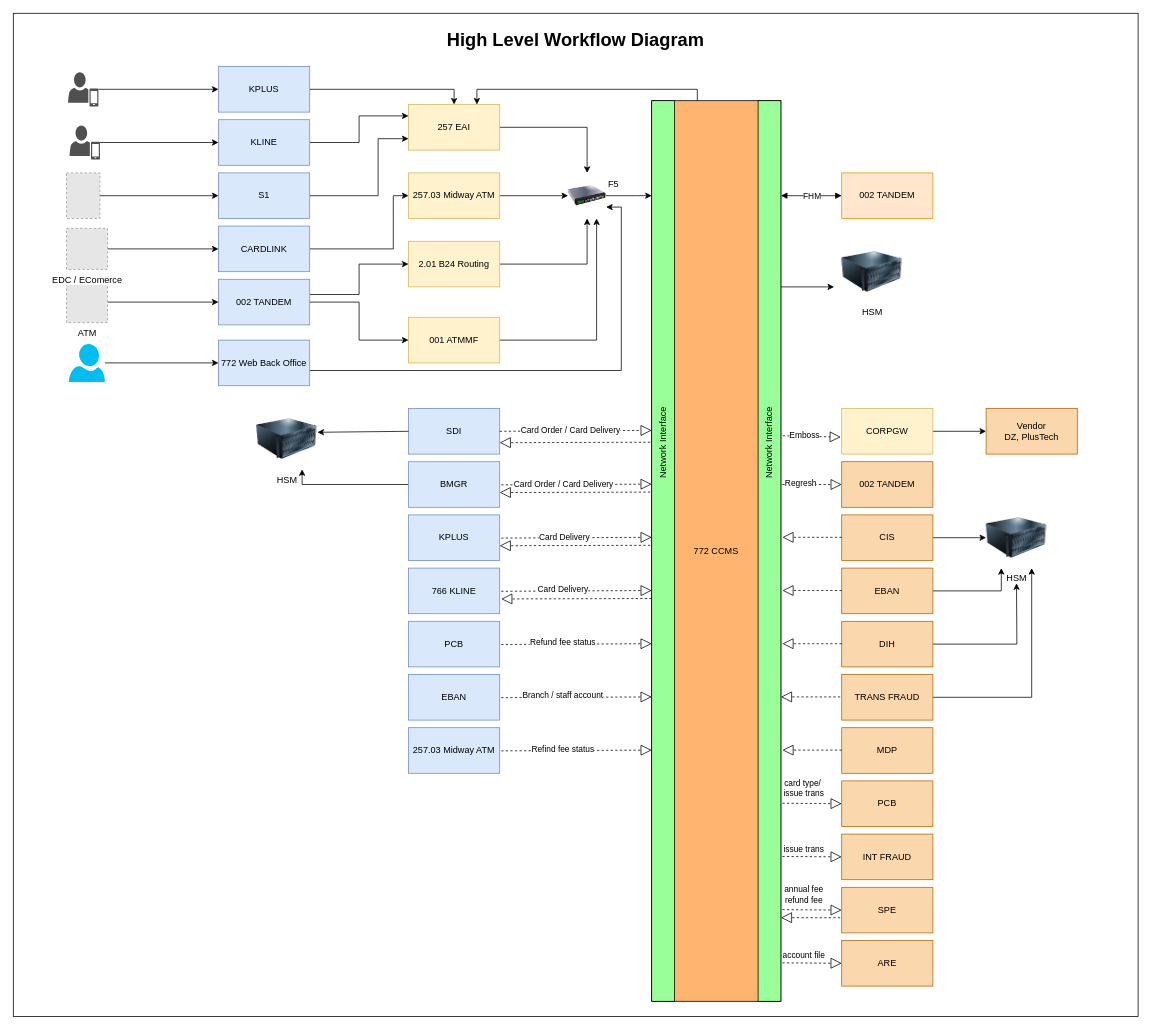
The draw.io diagram page "High Level Diagram" (2 of 7) of CCMS_Diagram.drawio in chawaratr/drawio, before the edit. Source tidied: cells renumbered, new cells numbered last; positions are measured from the earlier drawing's top-left corner, leaving out a move shared by most shapes. Both pictures are drawn from the tidied source at 76%, with x=0, y=0 at pixel (13, 13). Pictures stored in the file or linked from it are replaced by grey dashed boxes.
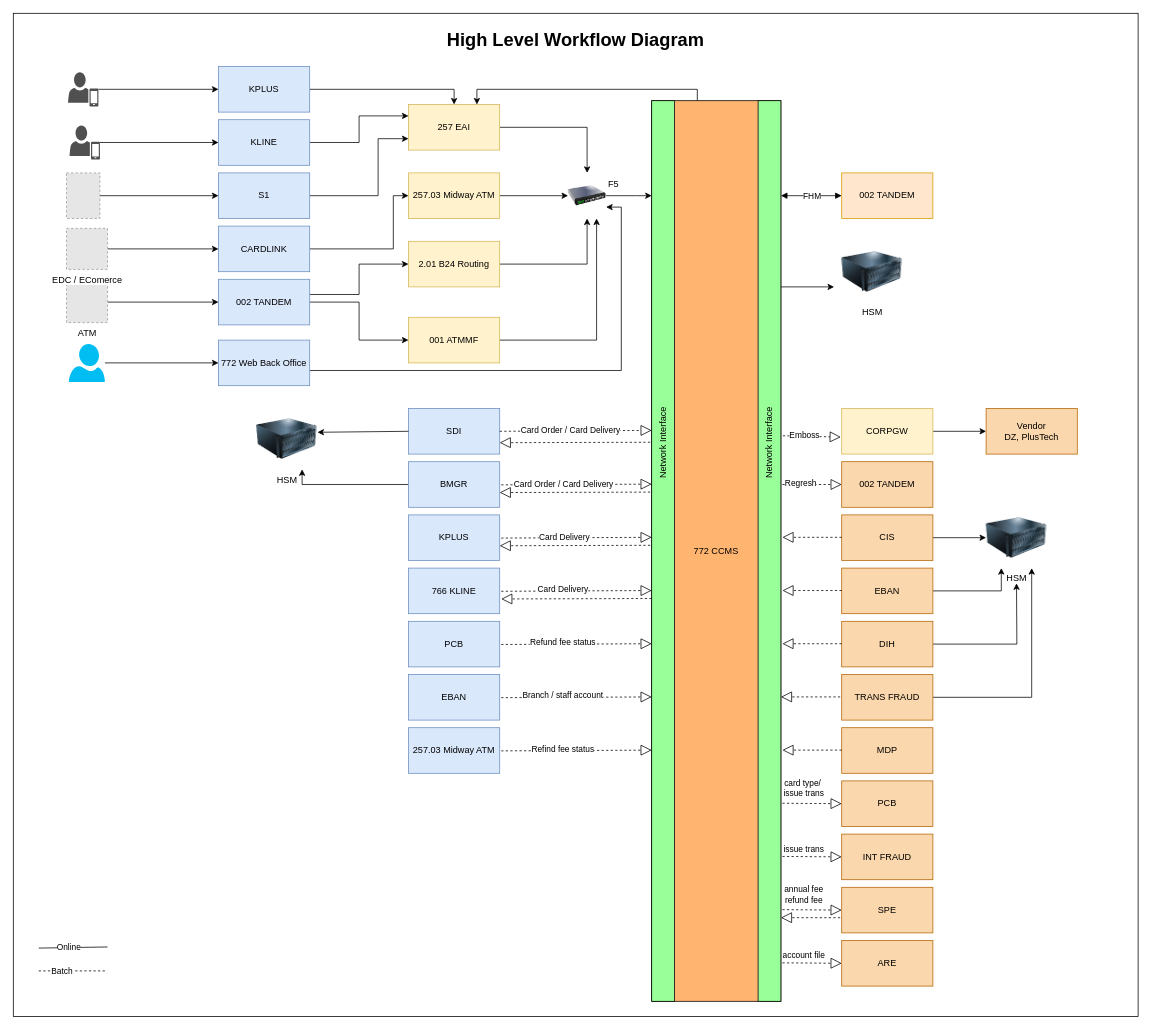
The same page after the edit.

Commit message:
add label for line

Diff of the diagram source:
```diff
@@
+    <mxCell id="115" style="endArrow=none;html=1;rounded=0;" parent="1" edge="1">
+      <mxGeometry relative="1" as="geometry">
+        <mxPoint x="33.5" y="1230" as="sourcePoint" />
+        <mxPoint x="124" y="1228.5" as="targetPoint" />
+      </mxGeometry>
+    </mxCell>
+    <mxCell id="116" value="Online" style="edgeLabel;html=1;align=center;verticalAlign=middle;" parent="115" vertex="1">
+      <mxGeometry x="-0.14" y="1" relative="1" as="geometry" />
+    </mxCell>
+    <mxCell id="117" style="endArrow=none;dashed=1;html=1;rounded=0;" parent="1" edge="1">
+      <mxGeometry relative="1" as="geometry">
+        <mxPoint x="120.5" y="1260" as="sourcePoint" />
+        <mxPoint x="30.5" y="1260" as="targetPoint" />
+      </mxGeometry>
+    </mxCell>
+    <mxCell id="118" value="Batch" style="edgeLabel;html=1;align=center;verticalAlign=middle;" parent="117" vertex="1">
+      <mxGeometry x="0.27" y="-1" relative="1" as="geometry" />
+    </mxCell>
```
